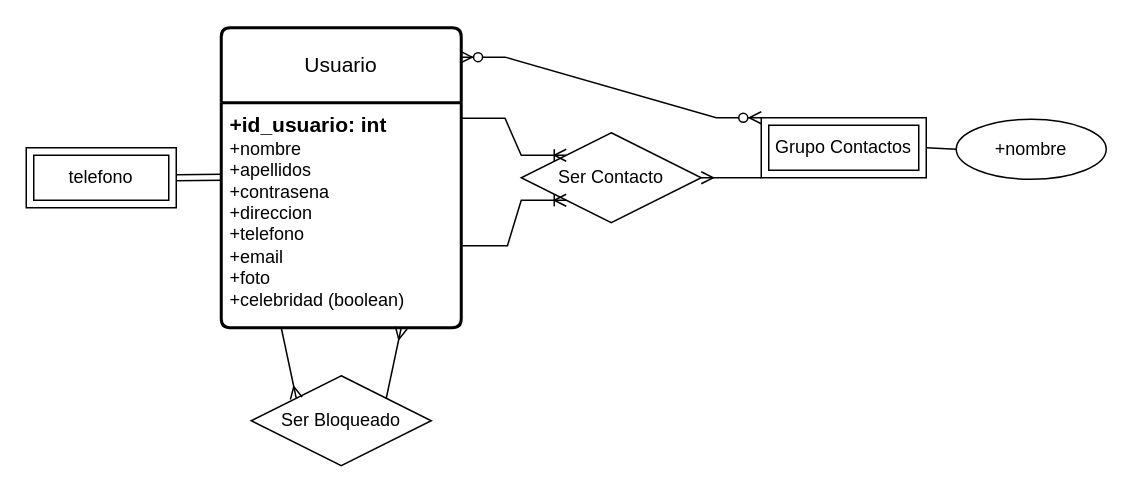
The draw.io diagram ejercicio14.drawio in AsierGArranz/aga-sru-sa-t-UD12DiagramaER-11102023, before the edit. Source tidied: cells renumbered, new cells numbered last; positions are measured from the earlier drawing's top-left corner, leaving out a move shared by most shapes. Both pictures are drawn from the tidied source at 150%, with x=0, y=0 at pixel (26, 27).
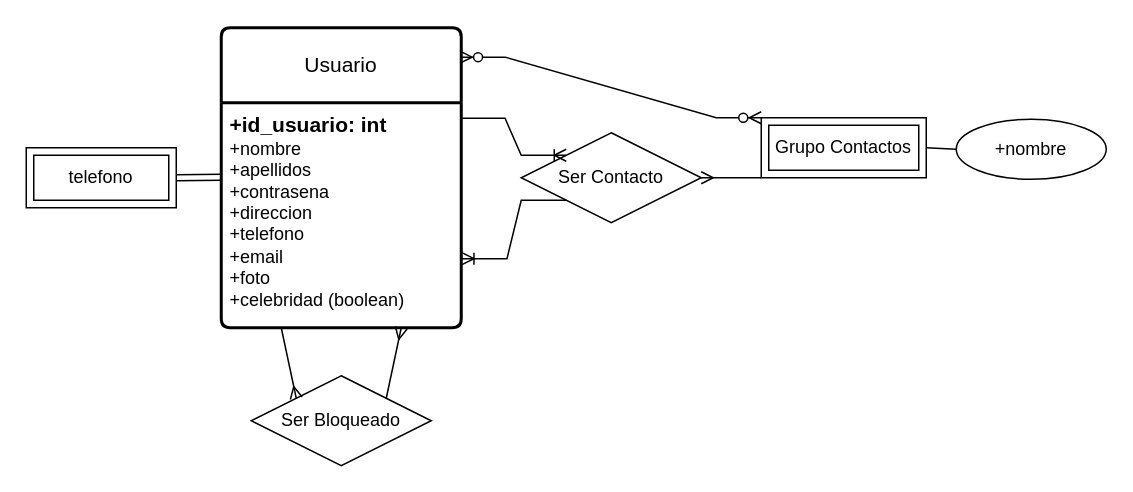
After the change.

What changed in the source:
```diff
@@
 <mxGraphModel>
   <root>
     <mxCell id="0" />
     <mxCell id="1" parent="0" />
     <mxCell id="2" value="Usuario" style="swimlane;horizontal=1;startSize=50;rounded=1;fontSize=14;fontStyle=0;strokeWidth=2;shadow=0;dashed=0;align=center;arcSize=4;whiteSpace=wrap;html=1;" parent="1" vertex="1">
       <mxGeometry x="130" width="160" height="200" as="geometry" />
     </mxCell>
     <mxCell id="3" value="&lt;font style=&quot;font-size: 14px;&quot;&gt;&lt;b&gt;+id_usuario: int&lt;/b&gt;&lt;/font&gt;&lt;br style=&quot;border-color: var(--border-color);&quot;&gt;+nombre&lt;br style=&quot;border-color: var(--border-color);&quot;&gt;+apellidos&lt;br style=&quot;border-color: var(--border-color);&quot;&gt;+contrasena&lt;br style=&quot;border-color: var(--border-color);&quot;&gt;+direccion&lt;br style=&quot;border-color: var(--border-color);&quot;&gt;+telefono&lt;br style=&quot;border-color: var(--border-color);&quot;&gt;+email&lt;br style=&quot;border-color: var(--border-color);&quot;&gt;+foto&lt;br&gt;+celebridad (boolean)" style="align=left;strokeColor=none;fillColor=none;spacingLeft=4;fontSize=12;verticalAlign=top;html=1;" parent="2" vertex="1">
       <mxGeometry y="50" width="160" height="150" as="geometry" />
     </mxCell>
     <mxCell id="4" value="telefono" style="shape=ext;margin=3;double=1;whiteSpace=wrap;html=1;align=center;" parent="1" vertex="1">
       <mxGeometry y="80" width="100" height="40" as="geometry" />
     </mxCell>
     <mxCell id="5" style="shape=link;html=1;rounded=0;exitX=1;exitY=0.5;exitDx=0;exitDy=0;entryX=0;entryY=0.331;entryDx=0;entryDy=0;entryPerimeter=0;" parent="1" edge="1" source="4" target="3">
       <mxGeometry relative="1" as="geometry" />
     </mxCell>
     <mxCell id="6" value="Ser Contacto" style="shape=rhombus;perimeter=rhombusPerimeter;whiteSpace=wrap;html=1;align=center;" parent="1" vertex="1">
       <mxGeometry x="330" y="70" width="120" height="60" as="geometry" />
     </mxCell>
     <mxCell id="7" style="edgeStyle=entityRelationEdgeStyle;fontSize=12;html=1;endArrow=ERoneToMany;rounded=0;exitX=0.995;exitY=0.069;exitDx=0;exitDy=0;entryX=0;entryY=0;entryDx=0;entryDy=0;exitPerimeter=0;" parent="1" edge="1" source="3" target="6">
       <mxGeometry relative="1" as="geometry" />
     </mxCell>
-    <mxCell id="8" style="edgeStyle=entityRelationEdgeStyle;fontSize=12;html=1;endArrow=ERoneToMany;rounded=0;exitX=1.005;exitY=0.635;exitDx=0;exitDy=0;exitPerimeter=0;entryX=0;entryY=1;entryDx=0;entryDy=0;" parent="1" edge="1" source="3" target="6">
+    <mxCell id="8" style="edgeStyle=entityRelationEdgeStyle;fontSize=12;html=1;endArrow=ERoneToMany;rounded=0;entryX=1.003;entryY=0.693;entryDx=0;entryDy=0;entryPerimeter=0;exitX=0;exitY=1;exitDx=0;exitDy=0;" parent="1" edge="1" source="6" target="3">
       <mxGeometry relative="1" as="geometry" />
     </mxCell>
     <mxCell id="9" value="Grupo Contactos" style="shape=ext;margin=3;double=1;whiteSpace=wrap;html=1;align=center;" parent="1" vertex="1">
       <mxGeometry x="490" y="60" width="110" height="40" as="geometry" />
     </mxCell>
     <mxCell id="10" value="+nombre" style="ellipse;whiteSpace=wrap;html=1;align=center;" parent="1" vertex="1">
       <mxGeometry x="620" y="61" width="100" height="40" as="geometry" />
     </mxCell>
     <mxCell id="11" style="endArrow=none;html=1;rounded=0;entryX=0;entryY=0.5;entryDx=0;entryDy=0;exitX=1;exitY=0.5;exitDx=0;exitDy=0;" parent="1" edge="1" source="9" target="10">
       <mxGeometry relative="1" as="geometry" />
     </mxCell>
     <mxCell id="12" style="edgeStyle=entityRelationEdgeStyle;fontSize=12;html=1;endArrow=ERzeroToMany;endFill=1;startArrow=ERzeroToMany;rounded=0;exitX=0.995;exitY=0.098;exitDx=0;exitDy=0;exitPerimeter=0;entryX=0;entryY=0;entryDx=0;entryDy=0;" parent="1" edge="1" source="2" target="9">
       <mxGeometry relative="1" as="geometry" />
     </mxCell>
     <mxCell id="13" style="edgeStyle=entityRelationEdgeStyle;fontSize=12;html=1;endArrow=ERmany;rounded=0;exitX=0;exitY=1;exitDx=0;exitDy=0;" parent="1" edge="1" source="9" target="6">
       <mxGeometry relative="1" as="geometry" />
     </mxCell>
     <mxCell id="14" value="Ser Bloqueado" style="shape=rhombus;perimeter=rhombusPerimeter;whiteSpace=wrap;html=1;align=center;" parent="1" vertex="1">
       <mxGeometry x="150" y="232" width="120" height="60" as="geometry" />
     </mxCell>
     <mxCell id="15" style="fontSize=12;html=1;endArrow=ERmany;rounded=0;entryX=0;entryY=0;entryDx=0;entryDy=0;exitX=0.25;exitY=1;exitDx=0;exitDy=0;" parent="1" edge="1" source="3" target="14">
       <mxGeometry relative="1" as="geometry" />
     </mxCell>
     <mxCell id="16" style="fontSize=12;html=1;endArrow=ERmany;rounded=0;entryX=0.75;entryY=1;entryDx=0;entryDy=0;exitX=1;exitY=0;exitDx=0;exitDy=0;" parent="1" edge="1" source="14" target="3">
       <mxGeometry relative="1" as="geometry" />
     </mxCell>
   </root>
 </mxGraphModel>
```
